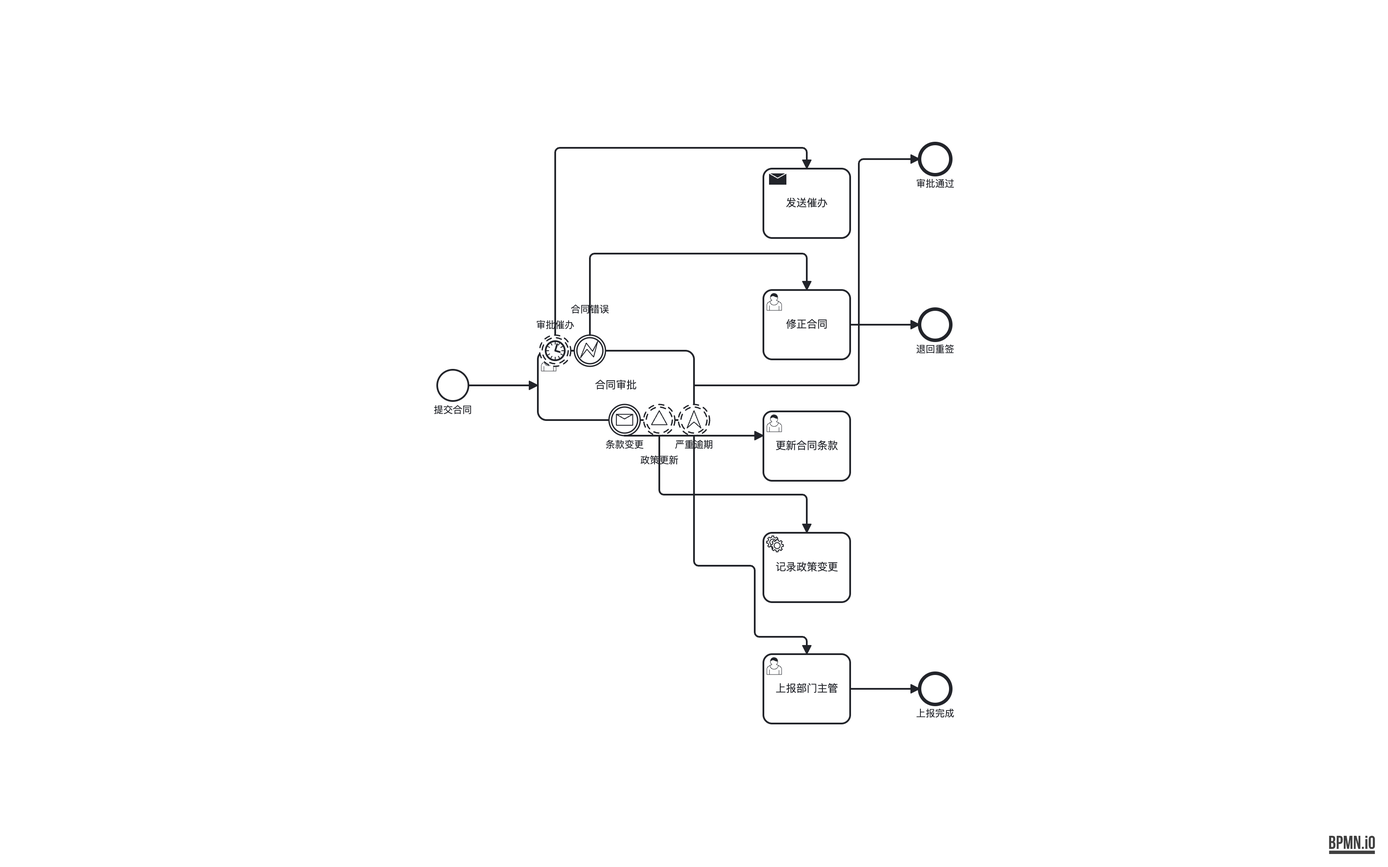
Earlier version of the BPMN export out-bpmn-png/83-five-boundaries-one-host.png (LcpMarvel/tramito-layout). Its source is kept beside it as out-xml/83-five-boundaries-one-host.bpmn. Ids are renumbered.
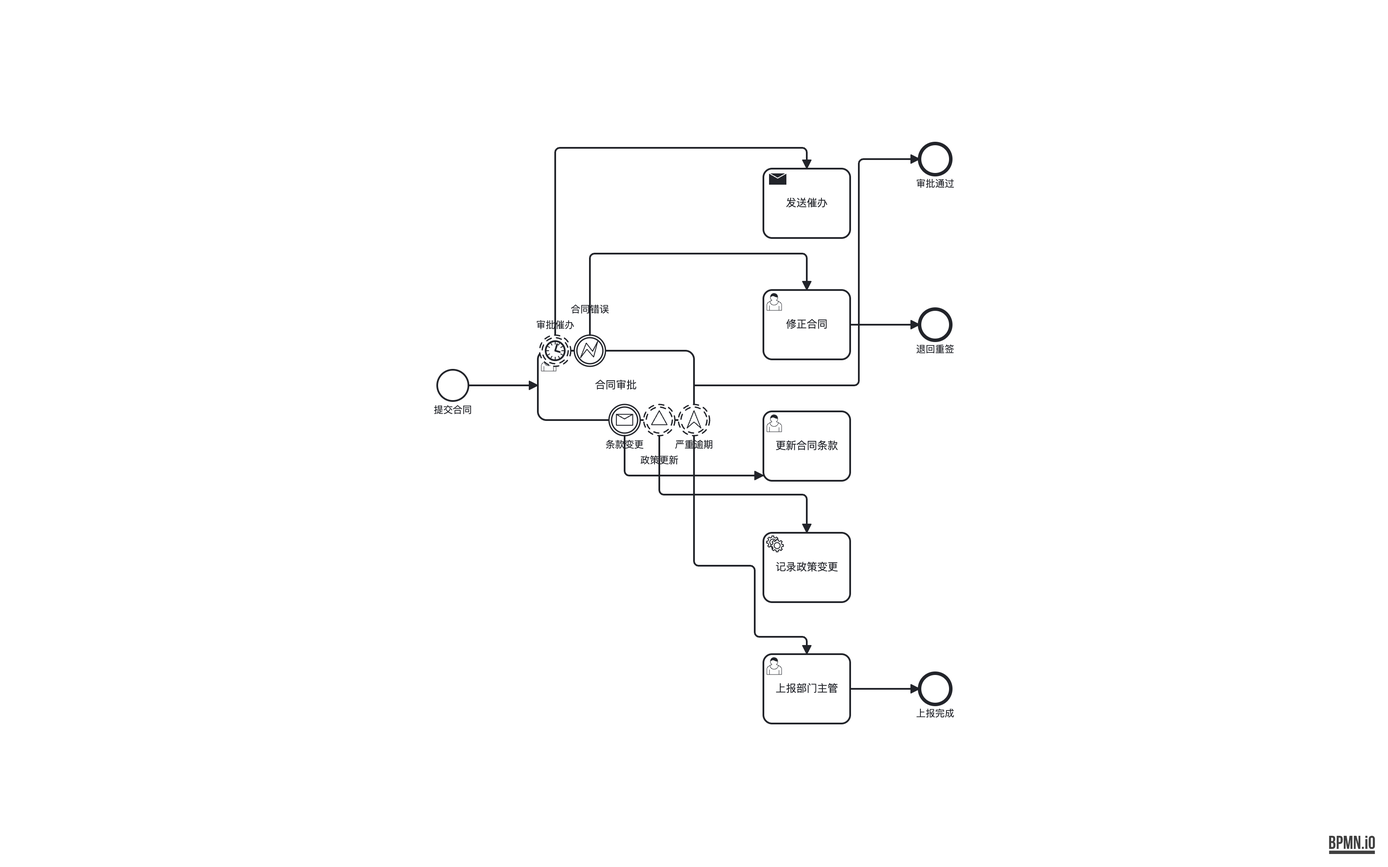
After the commit.

Change to the diagram source:
```diff
@@ -174,7 +174,8 @@
       </bpmndi:BPMNEdge>
       <bpmndi:BPMNEdge id="flow_bd_msg_update_di" bpmnElement="flow_bd_msg_update">
         <di:waypoint x="278" y="369" />
-        <di:waypoint x="438" y="369" />
+        <di:waypoint x="278" y="415" />
+        <di:waypoint x="438" y="415" />
       </bpmndi:BPMNEdge>
       <bpmndi:BPMNEdge id="flow_bd_signal_log_di" bpmnElement="flow_bd_signal_log">
         <di:waypoint x="318" y="369" />
```
